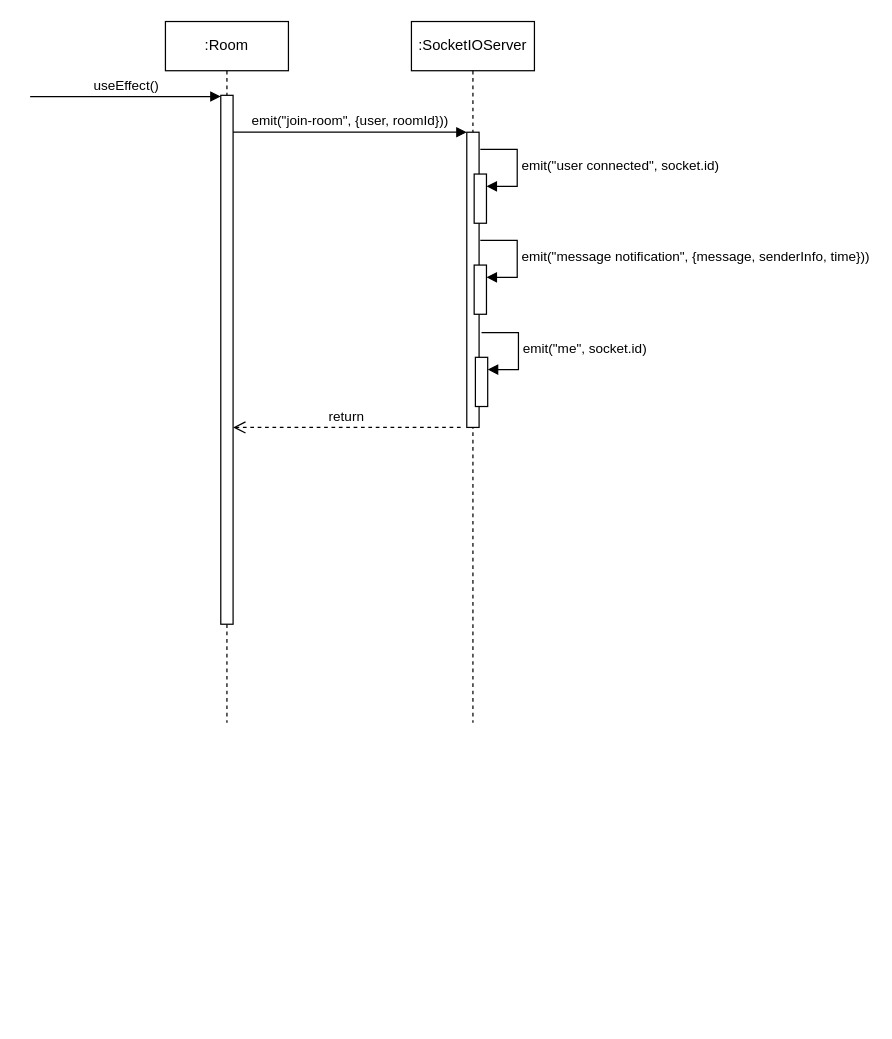
Earlier version of the draw.io diagram CollaborationService.drawio (shaniceng/DrawIODiagrams). Source tidied: cells renumbered, new cells numbered last; positions are measured from the earlier drawing's top-left corner, leaving out a move shared by most shapes. Both pictures are drawn from the tidied source at 123%, with x=0, y=0 at pixel (30, 21).
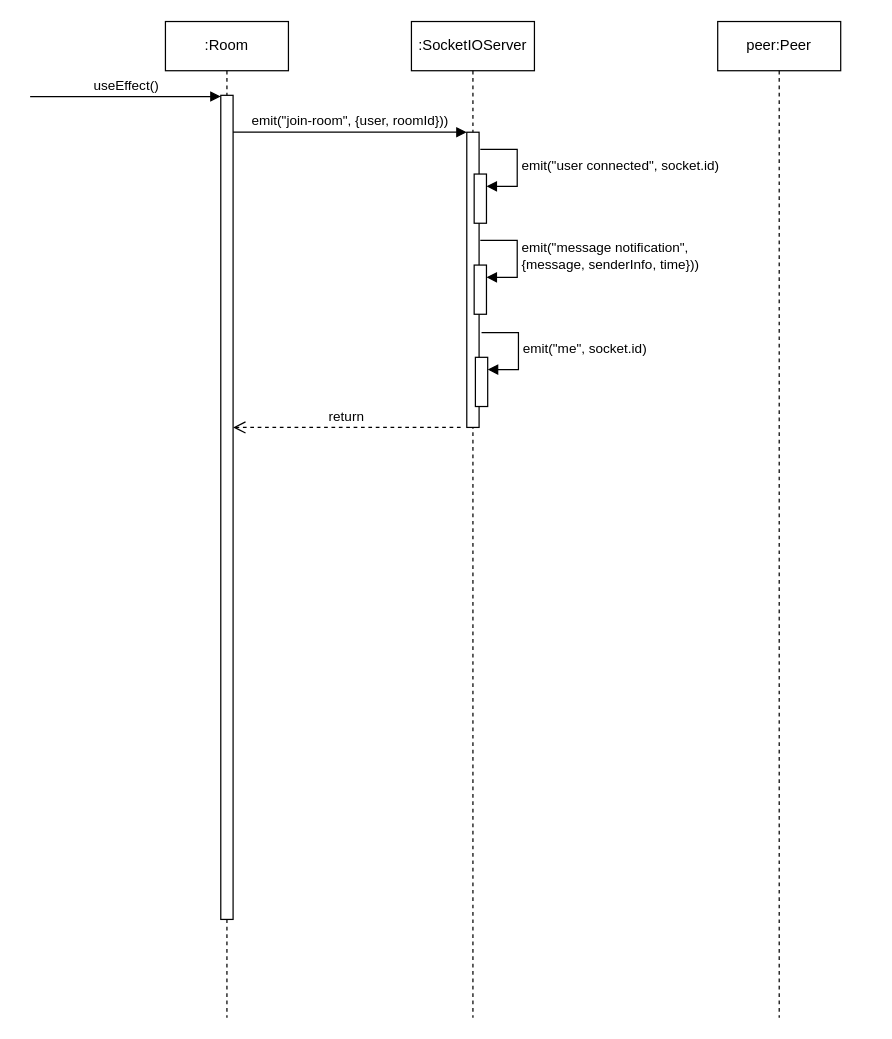
The same page after the edit.

The change refers to these unchanged cells:
```xml
<mxCell id="10" style="html=1;points=[[0,0,0,0,5],[0,1,0,0,-5],[1,0,0,0,5],[1,1,0,0,-5]];perimeter=orthogonalPerimeter;outlineConnect=0;targetShapes=umlLifeline;portConstraint=eastwest;newEdgeStyle={&quot;curved&quot;:0,&quot;rounded&quot;:0};" parent="1" vertex="1">
  <mxGeometry x="361" y="198" width="10" height="40" as="geometry" />
</mxCell>
```

Change to the diagram source:
```diff
@@
     <mxCell id="2" value=":Room" style="shape=umlLifeline;perimeter=lifelinePerimeter;whiteSpace=wrap;html=1;newEdgeStyle={&quot;curved&quot;:0,&quot;rounded&quot;:0};" parent="1" vertex="1">
-      <mxGeometry x="110" width="100" height="570" as="geometry" />
+      <mxGeometry x="110" width="100" height="810" as="geometry" />
     </mxCell>
     <mxCell id="3" style="html=1;points=[[0,0,0,0,5],[0,1,0,0,-5],[1,0,0,0,5],[1,1,0,0,-5]];perimeter=orthogonalPerimeter;outlineConnect=0;targetShapes=umlLifeline;portConstraint=eastwest;newEdgeStyle={&quot;curved&quot;:0,&quot;rounded&quot;:0};" parent="2" vertex="1">
-      <mxGeometry x="45" y="60" width="10" height="430" as="geometry" />
+      <mxGeometry x="45" y="60" width="10" height="670" as="geometry" />
     </mxCell>
@@
     <mxCell id="5" value=":SocketIOServer" style="shape=umlLifeline;perimeter=lifelinePerimeter;whiteSpace=wrap;html=1;newEdgeStyle={&quot;curved&quot;:0,&quot;rounded&quot;:0};" parent="1" vertex="1">
-      <mxGeometry x="310" width="100" height="570" as="geometry" />
+      <mxGeometry x="310" width="100" height="810" as="geometry" />
     </mxCell>
@@
-    <mxCell id="11" value="emit(&quot;message notification&quot;, {message, senderInfo, time}))" style="html=1;align=left;spacingLeft=2;endArrow=block;rounded=0;edgeStyle=orthogonalEdgeStyle;curved=0;rounded=0;" parent="1" edge="1" target="10">
+    <mxCell id="11" value="emit(&quot;message notification&quot;, &lt;br&gt;{message, senderInfo, time}))" style="html=1;align=left;spacingLeft=2;endArrow=block;rounded=0;edgeStyle=orthogonalEdgeStyle;curved=0;rounded=0;" parent="1" edge="1" target="10">
       <mxGeometry relative="1" as="geometry">
         <mxPoint x="366" y="178" as="sourcePoint" />
         <Array as="points">
           <mxPoint x="396" y="208" />
         </Array>
       </mxGeometry>
     </mxCell>
@@
+    <mxCell id="15" value="peer:Peer" style="shape=umlLifeline;perimeter=lifelinePerimeter;whiteSpace=wrap;html=1;newEdgeStyle={&quot;curved&quot;:0,&quot;rounded&quot;:0};" parent="1" vertex="1">
+      <mxGeometry x="559" width="100" height="810" as="geometry" />
+    </mxCell>
```
